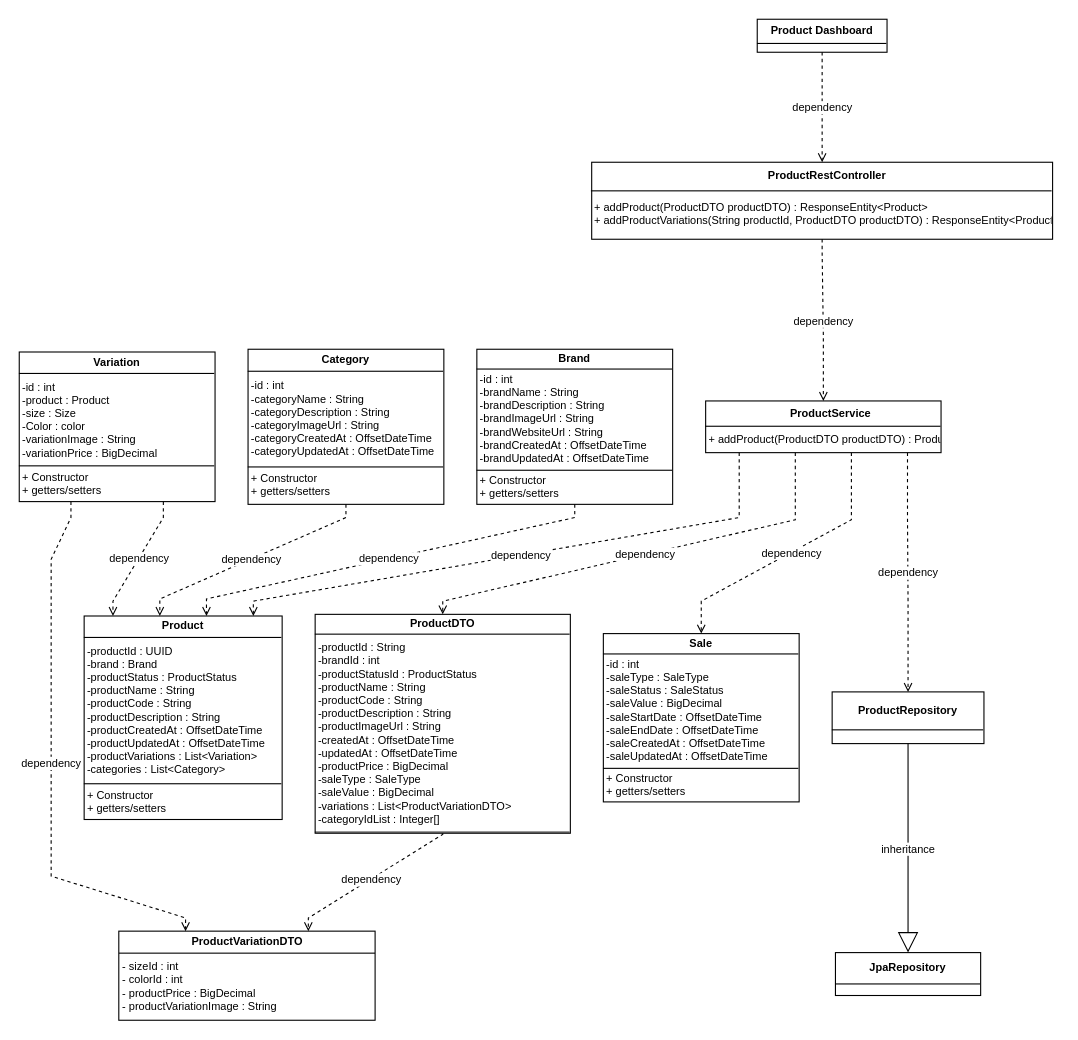
This is docs/drawio/create-product-class-diagram.drawio from maxwell1904/SWP391, a draw.io file, before an edit. Source tidied: cells renumbered, new cells numbered last; positions are measured from the earlier drawing's top-left corner, leaving out a move shared by most shapes. Both pictures are drawn from the tidied source at 110%, with x=0, y=0 at pixel (19, 19).
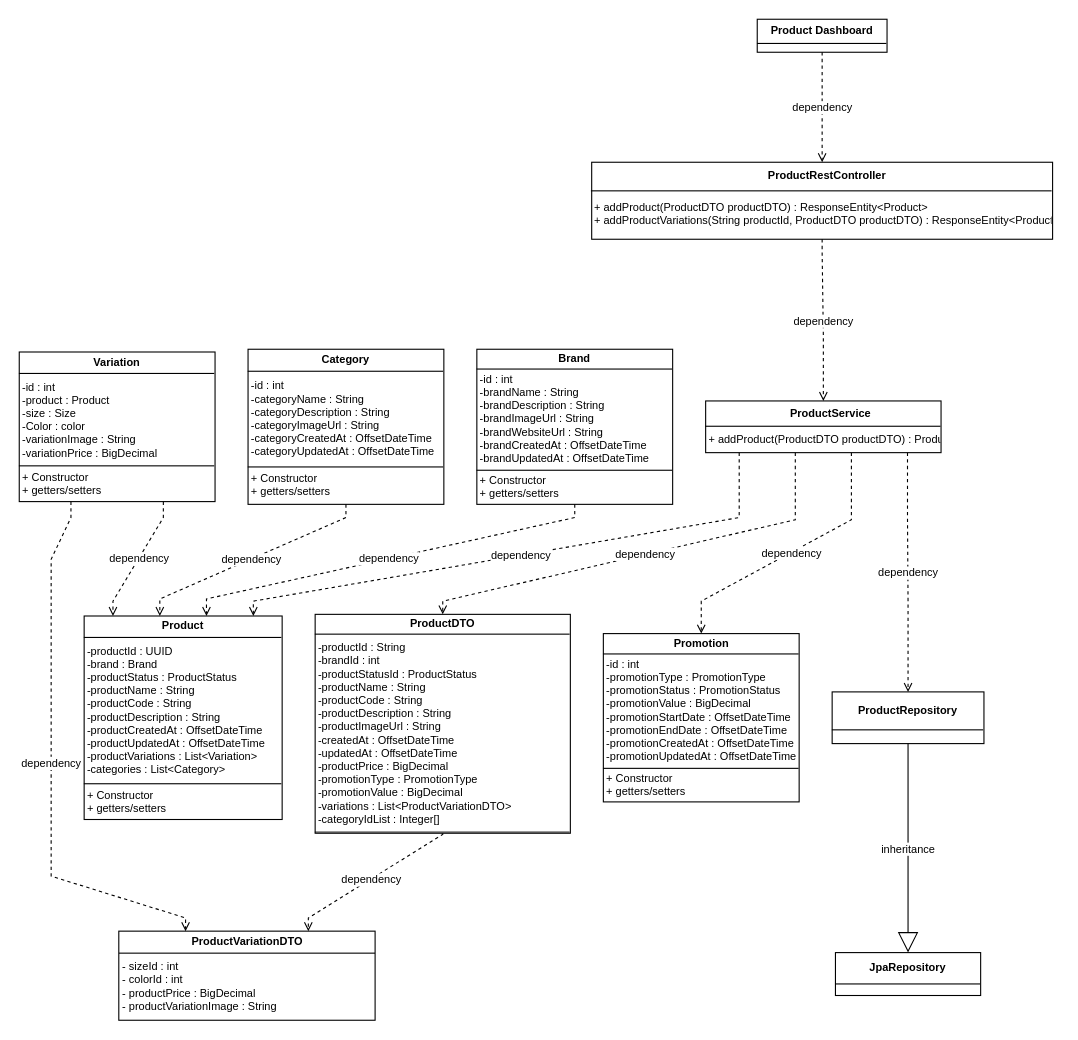
The same diagram, later.

Unchanged cells that the change refers to:
```xml
<mxCell id="9" value="&lt;table style=&quot;width:100%;height:100%;border-collapse:collapse;font-size:10px;font-family:Helvetica;&quot; cellpadding=&quot;3&quot; cellspacing=&quot;0&quot;&gt;&lt;tr&gt;&lt;td style=&quot;border-bottom:1px solid #000;text-align:center;&quot;&gt;&lt;b&gt;ProductService&lt;/b&gt;&lt;/td&gt;&lt;/tr&gt;&lt;tr&gt;&lt;td align=&quot;left&quot;&gt;+ addProduct(ProductDTO productDTO) : Product&lt;/td&gt;&lt;/tr&gt;&lt;/table&gt;" style="shape=rectangle;html=1;overflow=fill;" parent="1" vertex="1">
  <mxGeometry x="624" y="347" width="214" height="47" as="geometry" />
</mxCell>
```

Change to the diagram source:
```diff
@@
-    <mxCell id="7" value="&lt;table style=&quot;width:100%;height:100%;border-collapse:collapse;font-size:10px;font-family:Helvetica;&quot; cellpadding=&quot;3&quot; cellspacing=&quot;0&quot;&gt;&lt;tr&gt;&lt;td style=&quot;border-bottom:1px solid #000;text-align:center;&quot;&gt;&lt;b&gt;ProductDTO&lt;/b&gt;&lt;/td&gt;&lt;/tr&gt;&lt;tr&gt;&lt;td style=&quot;border-bottom:1px solid #000;&quot; align=&quot;left&quot;&gt;-productId : String&lt;br/&gt;-brandId : int&lt;br/&gt;-productStatusId : ProductStatus&lt;br/&gt;-productName : String&lt;br/&gt;-productCode : String&lt;br/&gt;-productDescription : String&lt;br/&gt;-productImageUrl : String&lt;br/&gt;-createdAt : OffsetDateTime&lt;br/&gt;-updatedAt : OffsetDateTime&lt;br/&gt;-productPrice : BigDecimal&lt;br/&gt;-saleType : SaleType&lt;br/&gt;-saleValue : BigDecimal&lt;br/&gt;-variations : List&amp;lt;ProductVariationDTO&amp;gt;&lt;br/&gt;-categoryIdList : Integer[]&lt;/td&gt;&lt;/tr&gt;&lt;/table&gt;" style="shape=rectangle;html=1;overflow=fill;" parent="1" vertex="1">
+    <mxCell id="7" value="&lt;table style=&quot;width:100%;height:100%;border-collapse:collapse;font-size:10px;font-family:Helvetica;&quot; cellpadding=&quot;3&quot; cellspacing=&quot;0&quot;&gt;&lt;tr&gt;&lt;td style=&quot;border-bottom:1px solid #000;text-align:center;&quot;&gt;&lt;b&gt;ProductDTO&lt;/b&gt;&lt;/td&gt;&lt;/tr&gt;&lt;tr&gt;&lt;td style=&quot;border-bottom:1px solid #000;&quot; align=&quot;left&quot;&gt;-productId : String&lt;br/&gt;-brandId : int&lt;br/&gt;-productStatusId : ProductStatus&lt;br/&gt;-productName : String&lt;br/&gt;-productCode : String&lt;br/&gt;-productDescription : String&lt;br/&gt;-productImageUrl : String&lt;br/&gt;-createdAt : OffsetDateTime&lt;br/&gt;-updatedAt : OffsetDateTime&lt;br/&gt;-productPrice : BigDecimal&lt;br/&gt;-promotionType : PromotionType&lt;br/&gt;-promotionValue : BigDecimal&lt;br/&gt;-variations : List&amp;lt;ProductVariationDTO&amp;gt;&lt;br/&gt;-categoryIdList : Integer[]&lt;/td&gt;&lt;/tr&gt;&lt;/table&gt;" style="shape=rectangle;html=1;overflow=fill;" parent="1" vertex="1">
       <mxGeometry x="269" y="541" width="232" height="199" as="geometry" />
     </mxCell>
-    <mxCell id="8" value="&lt;table style=&quot;width:100%;height:100%;border-collapse:collapse;font-size:10px;font-family:Helvetica;&quot; cellpadding=&quot;3&quot; cellspacing=&quot;0&quot;&gt;&lt;tr&gt;&lt;td style=&quot;border-bottom:1px solid #000;text-align:center;&quot;&gt;&lt;b&gt;Sale&lt;/b&gt;&lt;/td&gt;&lt;/tr&gt;&lt;tr&gt;&lt;td style=&quot;border-bottom:1px solid #000;&quot; align=&quot;left&quot;&gt;-id : int&lt;br/&gt;-saleType : SaleType&lt;br/&gt;-saleStatus : SaleStatus&lt;br/&gt;-saleValue : BigDecimal&lt;br/&gt;-saleStartDate : OffsetDateTime&lt;br/&gt;-saleEndDate : OffsetDateTime&lt;br/&gt;-saleCreatedAt : OffsetDateTime&lt;br/&gt;-saleUpdatedAt : OffsetDateTime&lt;/td&gt;&lt;/tr&gt;&lt;tr&gt;&lt;td align=&quot;left&quot;&gt;+ Constructor&lt;br/&gt;+ getters/setters&lt;/td&gt;&lt;/tr&gt;&lt;/table&gt;" style="shape=rectangle;html=1;overflow=fill;" parent="1" vertex="1">
-      <mxGeometry x="531" y="558.5" width="178" height="153" as="geometry" />
-    </mxCell>
+    <mxCell id="26" value="&lt;table style=&quot;width:100%;height:100%;border-collapse:collapse;font-size:10px;font-family:Helvetica;&quot; cellpadding=&quot;3&quot; cellspacing=&quot;0&quot;&gt;&lt;tr&gt;&lt;td style=&quot;border-bottom:1px solid #000;text-align:center;&quot;&gt;&lt;b&gt;Promotion&lt;/b&gt;&lt;/td&gt;&lt;/tr&gt;&lt;tr&gt;&lt;td style=&quot;border-bottom:1px solid #000;&quot; align=&quot;left&quot;&gt;-id : int&lt;br/&gt;-promotionType : PromotionType&lt;br/&gt;-promotionStatus : PromotionStatus&lt;br/&gt;-promotionValue : BigDecimal&lt;br/&gt;-promotionStartDate : OffsetDateTime&lt;br/&gt;-promotionEndDate : OffsetDateTime&lt;br/&gt;-promotionCreatedAt : OffsetDateTime&lt;br/&gt;-promotionUpdatedAt : OffsetDateTime&lt;/td&gt;&lt;/tr&gt;&lt;tr&gt;&lt;td align=&quot;left&quot;&gt;+ Constructor&lt;br/&gt;+ getters/setters&lt;/td&gt;&lt;/tr&gt;&lt;/table&gt;" style="shape=rectangle;html=1;overflow=fill;" parent="1" vertex="1">
+      <mxGeometry x="531" y="558.5" width="178" height="153" as="geometry" />
+    </mxCell>
@@
-    <mxCell id="21" value="dependency" style="edgeStyle=orthogonalEdgeStyle;rounded=0;html=1;dashed=1;endArrow=open;endFill=0;fontSize=10;noEdgeStyle=1;orthogonal=1;" parent="1" edge="1" source="9" target="8">
+    <mxCell id="21" value="dependency" style="edgeStyle=orthogonalEdgeStyle;rounded=0;html=1;dashed=1;endArrow=open;endFill=0;fontSize=10;noEdgeStyle=1;orthogonal=1;" parent="1" edge="1" source="9" target="26">
       <mxGeometry relative="1" as="geometry">
         <Array as="points">
           <mxPoint x="756.5" y="455" />
           <mxPoint x="620" y="529" />
         </Array>
       </mxGeometry>
     </mxCell>
```
